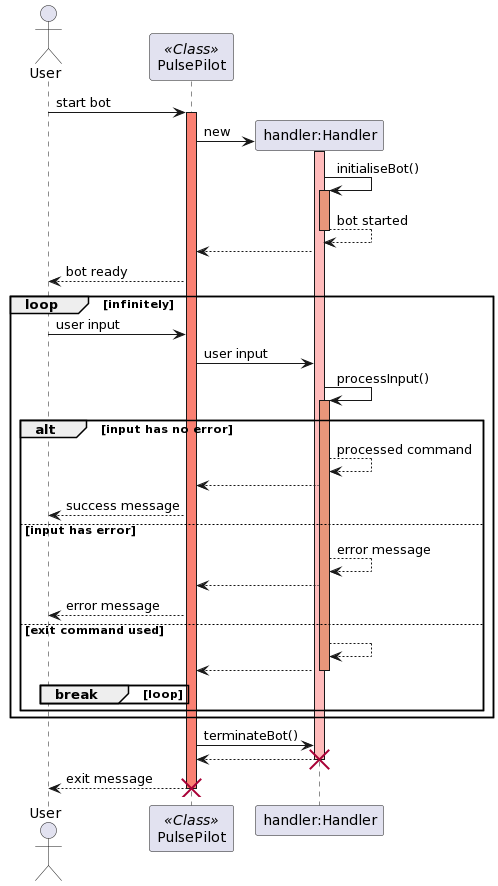
Before: docs/img/sequence_diagrams/handler_sequence_diagram.png, a diagram exported from PlantUML (rouvinerh/tp).
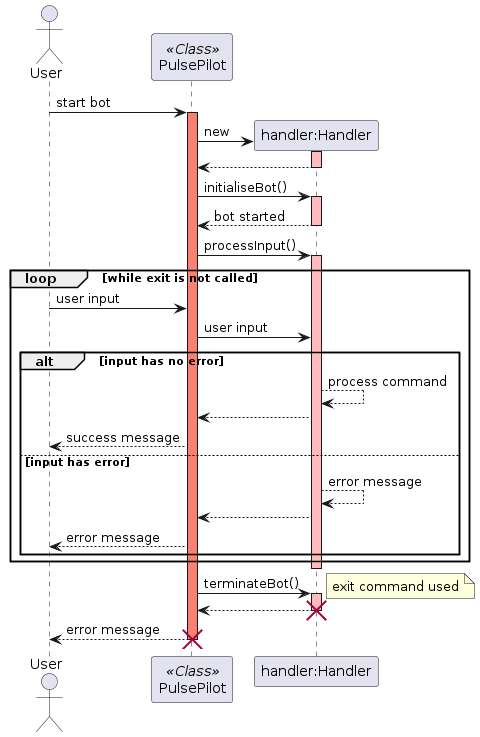
After the commit.

What changed in the source:
```diff
@@ -1,48 +1,48 @@
 @startuml
 actor User
-skinparam sequenceReferenceBackgroundColor lightblue
 participant PulsePilot as PulsePilot <<Class>>
 
 User -> PulsePilot: start bot
 activate PulsePilot #Salmon
 PulsePilot -> "handler:Handler" **: new
 activate "handler:Handler" #FFBBBB
-"handler:Handler" -> "handler:Handler": initialiseBot()
-activate "handler:Handler" #DarkSalmon
-"handler:Handler" --> "handler:Handler": bot started
-deactivate "handler:Handler" #DarkSalmon
-"handler:Handler" --> PulsePilot
-PulsePilot --> User: bot ready
+"handler:Handler" --> PulsePilot:
+deactivate "handler:Handler" #FFBBBB
 
-loop infinitely
+PulsePilot -> "handler:Handler": initialiseBot()
+activate "handler:Handler" #FFBBBB
+"handler:Handler" --> PulsePilot: bot started
+deactivate "handler:Handler"
+
+PulsePilot -> "handler:Handler": processInput()
+activate "handler:Handler" #FFBBBB
+
+loop while exit is not called
     User -> PulsePilot: user input
     PulsePilot -> "handler:Handler": user input
-    "handler:Handler" -> "handler:Handler": processInput()
-    activate "handler:Handler" #DarkSalmon
     alt input has no error
-        "handler:Handler" --> "handler:Handler": processed command
+        "handler:Handler" --> "handler:Handler": process command
         "handler:Handler" --> PulsePilot:
         PulsePilot --> User: success message
+
 
     else input has error
         "handler:Handler" --> "handler:Handler": error message
         "handler:Handler" --> PulsePilot:
         PulsePilot --> User: error message
-
-    else exit command used
-        "handler:Handler" --> "handler:Handler":
-        "handler:Handler" --> PulsePilot:
-        break loop
-
-        deactivate "handler:Handler" #DarkSalmon
-
-        end
     end
 end
-    PulsePilot -> "handler:Handler": terminateBot()
-    "handler:Handler" --> PulsePilot:
-    destroy "handler:Handler"
-    PulsePilot --> User: exit message
-    deactivate PulsePilot
-    destroy PulsePilot
+
+
+deactivate "handler:Handler"
+PulsePilot -> "handler:Handler": terminateBot()
+note right: exit command used
+activate "handler:Handler" #FFBBBB
+
+
+
+"handler:Handler" --> PulsePilot:
+destroy "handler:Handler"
+PulsePilot --> User: error message
+destroy PulsePilot
 @enduml
```
